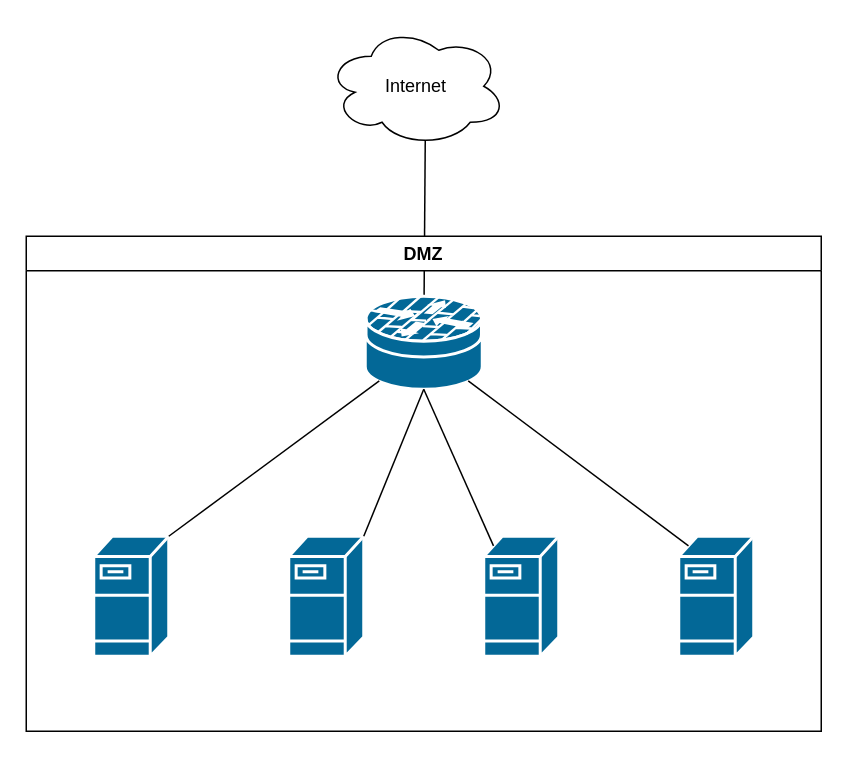
The draw.io diagram spectrum_justification.drawio in adamrt918/Diagram, before the edit. Source tidied: cells renumbered, new cells numbered last; positions are measured from the earlier drawing's top-left corner, leaving out a move shared by most shapes. Both pictures are drawn from the tidied source at 150%, with x=0, y=0 at pixel (26, 26).
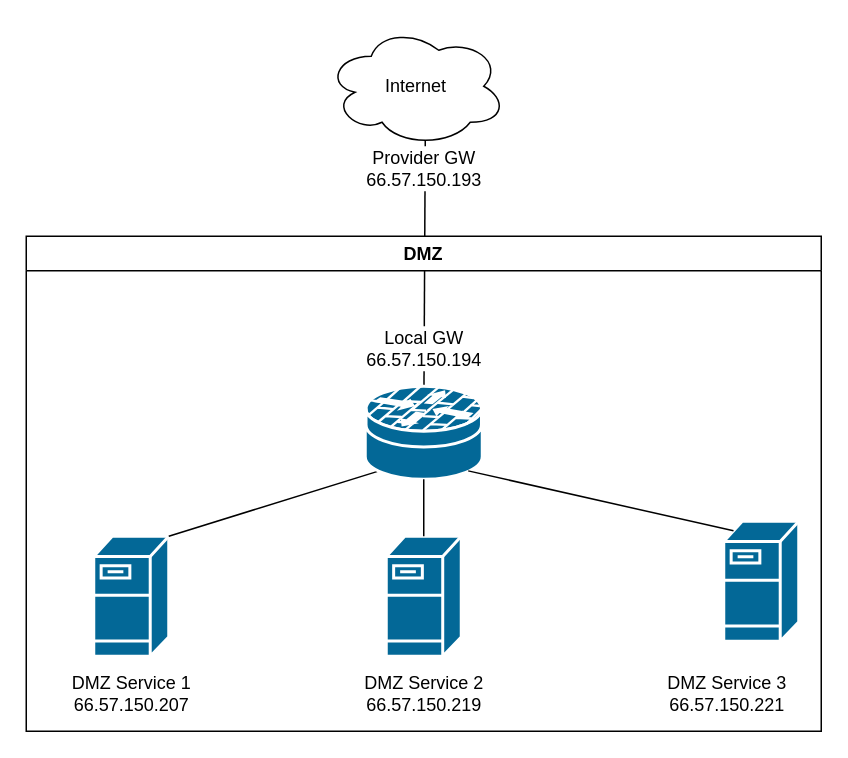
The same diagram, later.

Change to the diagram source:
```diff
@@
 <mxGraphModel>
   <root>
     <mxCell id="0" />
     <mxCell id="1" parent="0" />
     <mxCell id="2" value="Internet" style="ellipse;shape=cloud;whiteSpace=wrap;html=1;" parent="1" vertex="1">
       <mxGeometry x="200" width="120" height="80" as="geometry" />
     </mxCell>
     <mxCell id="3" style="endArrow=none;html=1;rounded=0;entryX=0.55;entryY=0.95;entryDx=0;entryDy=0;entryPerimeter=0;" parent="1" edge="1" source="5" target="2">
       <mxGeometry relative="1" as="geometry" />
     </mxCell>
-    <mxCell id="4" style="group;" parent="1" vertex="1">
-      <mxGeometry y="140" width="530" height="330" as="geometry" />
-    </mxCell>
+    <mxCell id="15" value="&lt;div&gt;Provider GW&lt;/div&gt;66.57.150.193" style="text;html=1;whiteSpace=wrap;strokeColor=none;fillColor=default;align=center;verticalAlign=middle;rounded=0;" parent="1" vertex="1">
+      <mxGeometry x="203" y="80" width="125" height="30" as="geometry" />
+    </mxCell>
+    <mxCell id="6" style="shape=mxgraph.cisco.servers.fileserver;sketch=0;html=1;dashed=0;fillColor=#036897;strokeColor=#ffffff;strokeWidth=2;verticalLabelPosition=bottom;verticalAlign=top;align=center;outlineConnect=0;" parent="1" vertex="1">
+      <mxGeometry x="45" y="340" width="50" height="80" as="geometry" />
+    </mxCell>
+    <mxCell id="10" style="endArrow=none;html=1;rounded=0;exitX=1;exitY=0;exitDx=0;exitDy=0;exitPerimeter=0;entryX=0.12;entryY=0.91;entryDx=0;entryDy=0;entryPerimeter=0;" parent="1" edge="1" source="6" target="5">
+      <mxGeometry relative="1" as="geometry" />
+    </mxCell>
+    <mxCell id="14" value="DMZ" style="swimlane;whiteSpace=wrap;html=1;" parent="1" vertex="1">
+      <mxGeometry y="140" width="530" height="330" as="geometry" />
+    </mxCell>
+    <mxCell id="16" value="DMZ Service 1&lt;div&gt;66.57.150.207&lt;/div&gt;" style="text;html=1;whiteSpace=wrap;strokeColor=none;fillColor=none;align=center;verticalAlign=middle;rounded=0;" parent="14" vertex="1">
+      <mxGeometry x="12.5" y="280" width="115" height="50" as="geometry" />
+    </mxCell>
+    <mxCell id="17" value="DMZ Service 2&lt;div&gt;66.57.150.219&lt;/div&gt;" style="text;html=1;whiteSpace=wrap;strokeColor=none;fillColor=none;align=center;verticalAlign=middle;rounded=0;" parent="14" vertex="1">
+      <mxGeometry x="208" y="280" width="115" height="50" as="geometry" />
+    </mxCell>
+    <mxCell id="18" value="DMZ Service 3&lt;div&gt;66.57.150.221&lt;/div&gt;" style="text;html=1;whiteSpace=wrap;strokeColor=none;fillColor=none;align=center;verticalAlign=middle;rounded=0;" parent="14" vertex="1">
+      <mxGeometry x="410" y="280" width="115" height="50" as="geometry" />
+    </mxCell>
+    <mxCell id="8" style="shape=mxgraph.cisco.servers.fileserver;sketch=0;html=1;dashed=0;fillColor=#036897;strokeColor=#ffffff;strokeWidth=2;verticalLabelPosition=bottom;verticalAlign=top;align=center;outlineConnect=0;" parent="14" vertex="1">
+      <mxGeometry x="465" y="190" width="50" height="80" as="geometry" />
+    </mxCell>
+    <mxCell id="7" style="shape=mxgraph.cisco.servers.fileserver;sketch=0;html=1;dashed=0;fillColor=#036897;strokeColor=#ffffff;strokeWidth=2;verticalLabelPosition=bottom;verticalAlign=top;align=center;outlineConnect=0;" parent="14" vertex="1">
+      <mxGeometry x="240" y="200" width="50" height="80" as="geometry" />
+    </mxCell>
-    <mxCell id="5" style="shape=mxgraph.cisco.security.router_firewall;sketch=0;html=1;dashed=0;fillColor=#036897;strokeColor=#ffffff;strokeWidth=2;verticalLabelPosition=bottom;verticalAlign=top;align=center;outlineConnect=0;" parent="4" vertex="1">
-      <mxGeometry x="226" y="40" width="78" height="62" as="geometry" />
+    <mxCell id="5" style="shape=mxgraph.cisco.security.router_firewall;sketch=0;html=1;dashed=0;fillColor=#036897;strokeColor=#ffffff;strokeWidth=2;verticalLabelPosition=bottom;verticalAlign=top;align=center;outlineConnect=0;" parent="14" vertex="1">
+      <mxGeometry x="226" y="100" width="78" height="62" as="geometry" />
     </mxCell>
-    <mxCell id="6" style="shape=mxgraph.cisco.servers.fileserver;sketch=0;html=1;dashed=0;fillColor=#036897;strokeColor=#ffffff;strokeWidth=2;verticalLabelPosition=bottom;verticalAlign=top;align=center;outlineConnect=0;" parent="4" vertex="1">
-      <mxGeometry x="45" y="200" width="50" height="80" as="geometry" />
-    </mxCell>
-    <mxCell id="7" style="shape=mxgraph.cisco.servers.fileserver;sketch=0;html=1;dashed=0;fillColor=#036897;strokeColor=#ffffff;strokeWidth=2;verticalLabelPosition=bottom;verticalAlign=top;align=center;outlineConnect=0;" parent="4" vertex="1">
-      <mxGeometry x="175" y="200" width="50" height="80" as="geometry" />
-    </mxCell>
-    <mxCell id="8" style="shape=mxgraph.cisco.servers.fileserver;sketch=0;html=1;dashed=0;fillColor=#036897;strokeColor=#ffffff;strokeWidth=2;verticalLabelPosition=bottom;verticalAlign=top;align=center;outlineConnect=0;" parent="4" vertex="1">
-      <mxGeometry x="305" y="200" width="50" height="80" as="geometry" />
-    </mxCell>
-    <mxCell id="9" style="shape=mxgraph.cisco.servers.fileserver;sketch=0;html=1;dashed=0;fillColor=#036897;strokeColor=#ffffff;strokeWidth=2;verticalLabelPosition=bottom;verticalAlign=top;align=center;outlineConnect=0;" parent="4" vertex="1">
-      <mxGeometry x="435" y="200" width="50" height="80" as="geometry" />
-    </mxCell>
-    <mxCell id="10" style="endArrow=none;html=1;rounded=0;exitX=1;exitY=0;exitDx=0;exitDy=0;exitPerimeter=0;entryX=0.12;entryY=0.91;entryDx=0;entryDy=0;entryPerimeter=0;" parent="4" edge="1" source="6" target="5">
-      <mxGeometry relative="1" as="geometry" />
-    </mxCell>
-    <mxCell id="11" style="endArrow=none;html=1;rounded=0;exitX=1;exitY=0;exitDx=0;exitDy=0;exitPerimeter=0;entryX=0.5;entryY=1;entryDx=0;entryDy=0;entryPerimeter=0;" parent="4" edge="1" source="7" target="5">
+    <mxCell id="11" style="endArrow=none;html=1;rounded=0;exitX=0.5;exitY=0;exitDx=0;exitDy=0;exitPerimeter=0;entryX=0.5;entryY=1;entryDx=0;entryDy=0;entryPerimeter=0;" parent="14" edge="1" source="7" target="5">
       <mxGeometry relative="1" as="geometry" />
     </mxCell>
-    <mxCell id="12" style="endArrow=none;html=1;rounded=0;entryX=0.5;entryY=1;entryDx=0;entryDy=0;entryPerimeter=0;exitX=0.13;exitY=0.08;exitDx=0;exitDy=0;exitPerimeter=0;" parent="4" edge="1" source="8" target="5">
+    <mxCell id="12" style="endArrow=none;html=1;rounded=0;entryX=0.88;entryY=0.91;entryDx=0;entryDy=0;entryPerimeter=0;exitX=0.13;exitY=0.08;exitDx=0;exitDy=0;exitPerimeter=0;" parent="14" edge="1" source="8" target="5">
       <mxGeometry relative="1" as="geometry" />
     </mxCell>
-    <mxCell id="13" style="endArrow=none;html=1;rounded=0;entryX=0.88;entryY=0.91;entryDx=0;entryDy=0;entryPerimeter=0;exitX=0.13;exitY=0.08;exitDx=0;exitDy=0;exitPerimeter=0;" parent="4" edge="1" source="9" target="5">
-      <mxGeometry relative="1" as="geometry" />
-    </mxCell>
-    <mxCell id="14" value="DMZ" style="swimlane;whiteSpace=wrap;html=1;" parent="4" vertex="1">
-      <mxGeometry width="530" height="330" as="geometry" />
-    </mxCell>
+    <mxCell id="19" value="&lt;div&gt;Local GW&lt;/div&gt;66.57.150.194" style="text;html=1;whiteSpace=wrap;strokeColor=none;fillColor=default;align=center;verticalAlign=middle;rounded=0;" parent="14" vertex="1">
+      <mxGeometry x="203" y="60" width="125" height="30" as="geometry" />
+    </mxCell>
   </root>
 </mxGraphModel>
```
